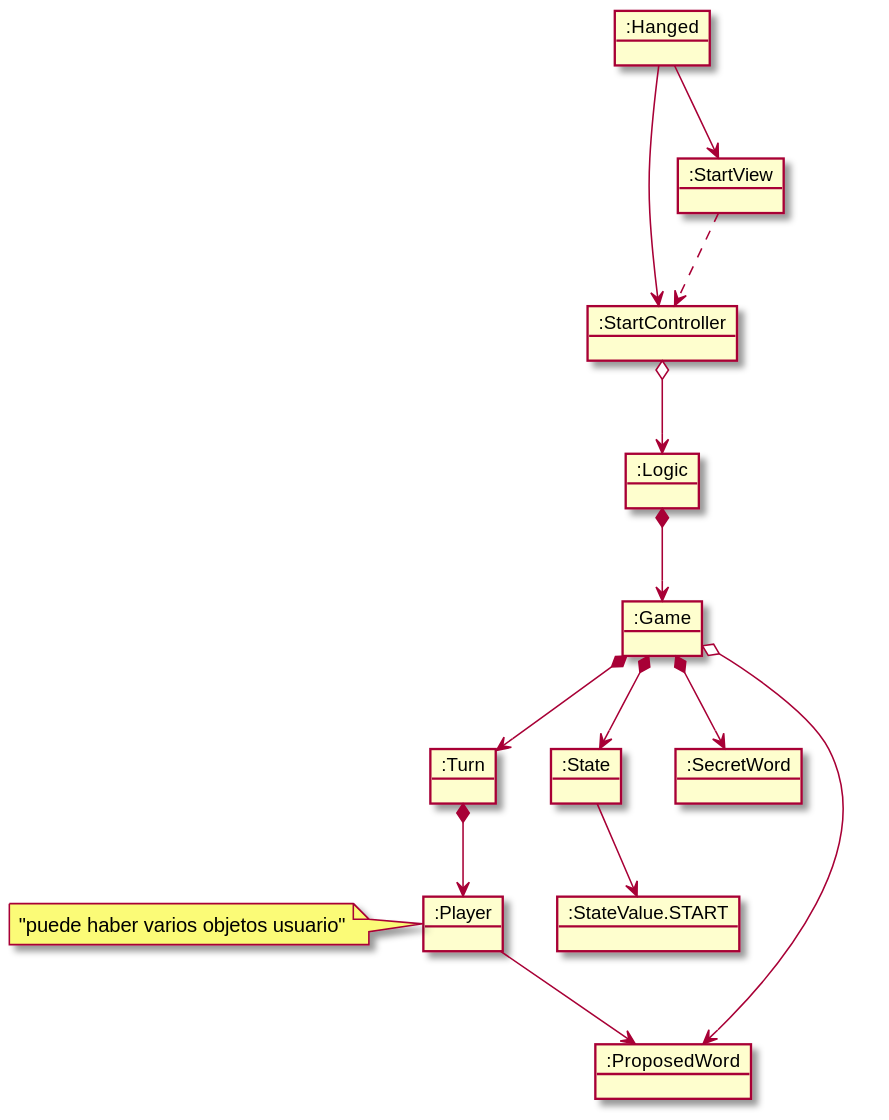
jumpering/Hanged keeps this PlantUML diagram as requirements/images/InitalState.svg. Above is the earlier version.
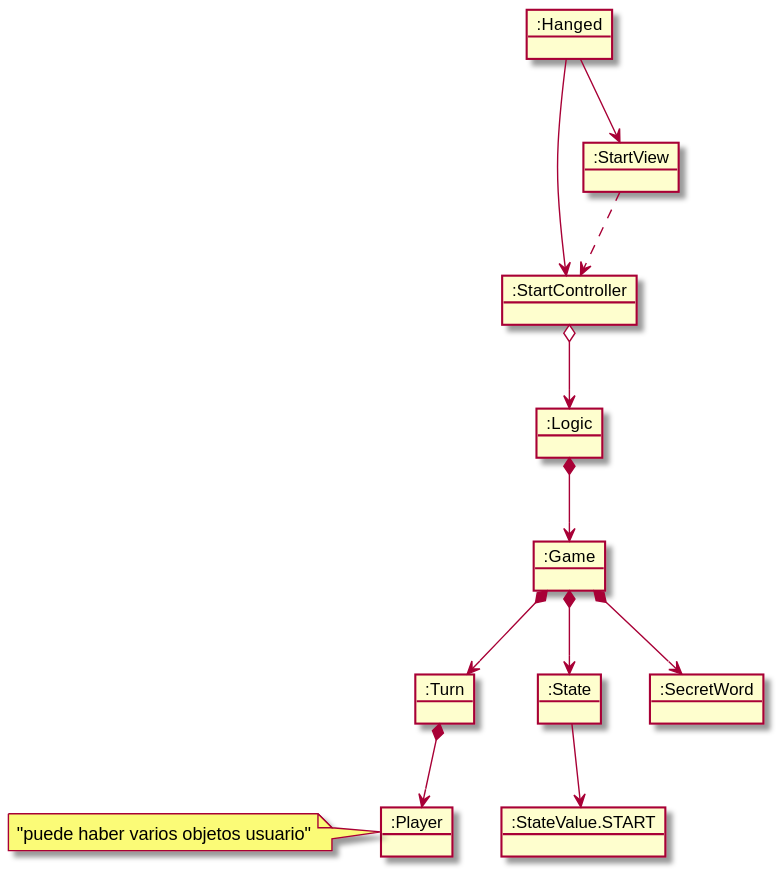
After the commit.

Diff of the diagram source:
```diff
@@ -8,7 +8,6 @@
 Object ":Player" as Player
 Object ":StartView" as StartView
 Object ":SecretWord" as SecretWord
-Object ":ProposedWord" as ProposedWord
 Object ":StateValue.START" as StateValue
 
 
@@ -24,7 +23,5 @@
 State --> StateValue
 Turn *--> Player
 note left: "puede haber varios objetos usuario"
-Player --> ProposedWord
-Game o--> ProposedWord
 
 @enduml
```
